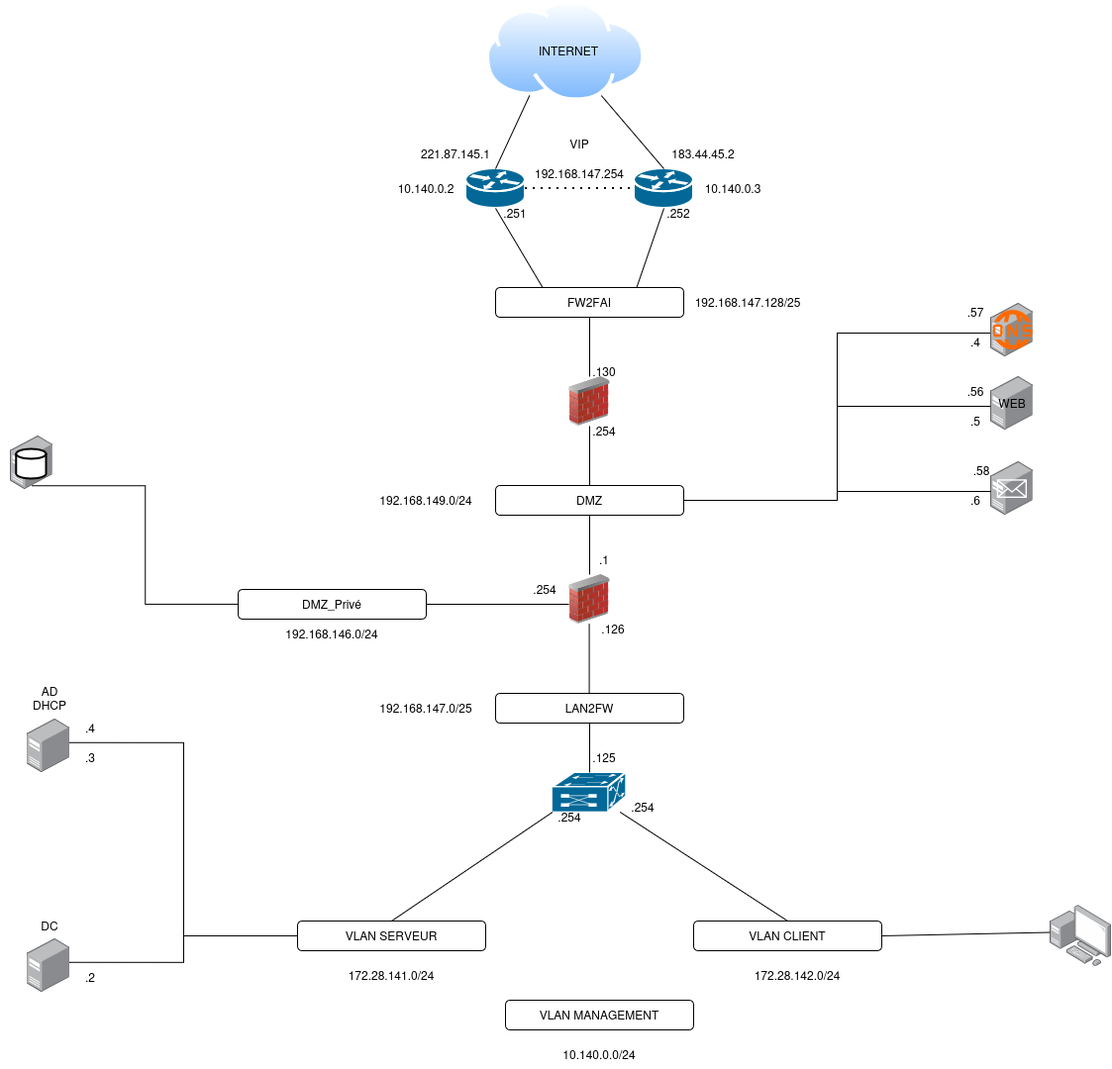
Before: docs/assets/schema_logique.png, a diagram exported from draw.io (MLBOff/Orleans-2027). Source tidied: cells renumbered, new cells last; positions are measured from the earlier drawing's top-left corner, leaving out a move shared by most shapes.
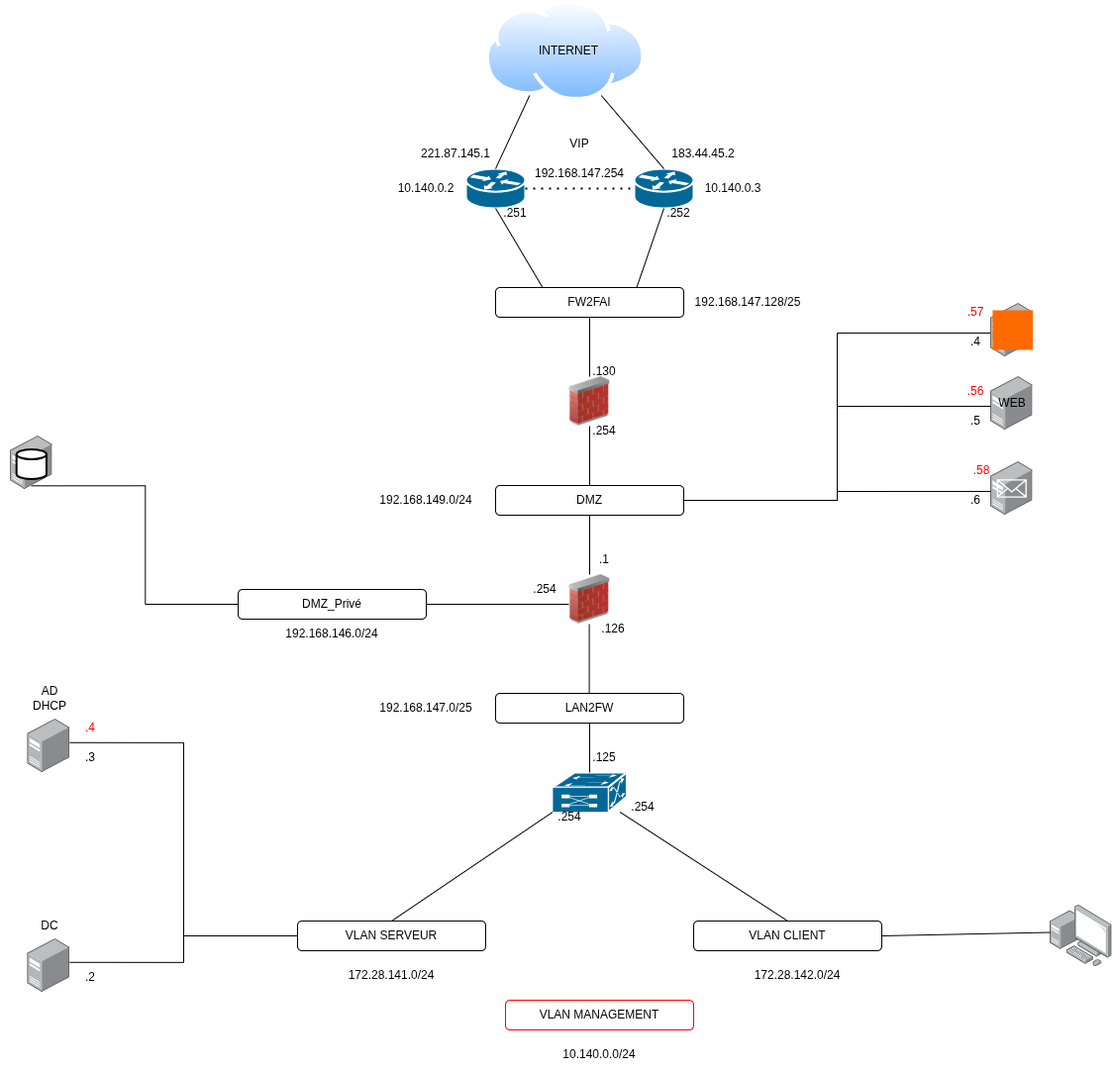
The same file after the commit.

Commit message:
modification schema logique, couleur mana

What changed in the source:
```diff
@@ -203,7 +203,7 @@
     <mxCell id="66" style="image;html=1;align=center;shadow=0;dashed=0;image=img/lib/allied_telesis/computer_and_terminals/Server_Desktop.svg;points=[[0.5,0.062,0],[0.5,0.932,0],[0,0.555,0],[1,0.44,0],[1,0.16,0],[0.996,0.725,0],[0.004,0.84,0],[0.004,0.27,0]];labelPerimeter=1;" parent="1" vertex="1">
       <mxGeometry x="27.4" y="726" width="42.6" height="54" as="geometry" />
     </mxCell>
-    <mxCell id="67" value="VLAN MANAGEMENT" style="rounded=1;whiteSpace=wrap;html=1;strokeColor=light-dark(#000000,#FF0000);" parent="1" vertex="1">
+    <mxCell id="67" value="VLAN MANAGEMENT" style="rounded=1;whiteSpace=wrap;html=1;strokeColor=#FF0000;" parent="1" vertex="1">
       <mxGeometry x="510" y="1010" width="190" height="30" as="geometry" />
     </mxCell>
     <mxCell id="68" value="&lt;div&gt;10.140.0.0/24&lt;/div&gt;" style="text;html=1;whiteSpace=wrap;strokeColor=none;fillColor=none;align=center;verticalAlign=middle;rounded=0;" parent="1" vertex="1">
@@ -221,16 +221,16 @@
     <mxCell id="72" value="&lt;div&gt;DC&lt;/div&gt;" style="text;html=1;whiteSpace=wrap;strokeColor=none;fillColor=none;align=center;verticalAlign=middle;rounded=0;" parent="1" vertex="1">
       <mxGeometry y="920" width="100" height="30" as="geometry" />
     </mxCell>
-    <mxCell id="73" value=".57" style="text;html=1;whiteSpace=wrap;strokeColor=none;fillColor=none;align=center;verticalAlign=middle;rounded=0;fontColor=light-dark(#000000,#FF0000);" parent="1" vertex="1">
+    <mxCell id="73" value="&lt;font color=&quot;#ff0000&quot;&gt;.57&lt;/font&gt;" style="text;html=1;whiteSpace=wrap;strokeColor=none;fillColor=none;align=center;verticalAlign=middle;rounded=0;fontColor=light-dark(#000000,#FF0000);" parent="1" vertex="1">
       <mxGeometry x="940" y="300" width="90" height="30" as="geometry" />
     </mxCell>
-    <mxCell id="74" value=".56" style="text;html=1;whiteSpace=wrap;strokeColor=none;fillColor=none;align=center;verticalAlign=middle;rounded=0;fontColor=light-dark(#000000,#FF0000);" parent="1" vertex="1">
+    <mxCell id="74" value="&lt;font color=&quot;#ff0000&quot;&gt;.56&lt;/font&gt;" style="text;html=1;whiteSpace=wrap;strokeColor=none;fillColor=none;align=center;verticalAlign=middle;rounded=0;fontColor=light-dark(#000000,#FF0000);" parent="1" vertex="1">
       <mxGeometry x="940" y="380" width="90" height="30" as="geometry" />
     </mxCell>
-    <mxCell id="75" value=".58" style="text;html=1;whiteSpace=wrap;strokeColor=none;fillColor=none;align=center;verticalAlign=middle;rounded=0;fontColor=light-dark(#000000,#FF0000);" parent="1" vertex="1">
+    <mxCell id="75" value="&lt;font color=&quot;#ff0000&quot;&gt;.58&lt;/font&gt;" style="text;html=1;whiteSpace=wrap;strokeColor=none;fillColor=none;align=center;verticalAlign=middle;rounded=0;fontColor=light-dark(#000000,#FF0000);" parent="1" vertex="1">
       <mxGeometry x="946.4" y="460" width="90" height="30" as="geometry" />
     </mxCell>
-    <mxCell id="76" value=".4" style="text;html=1;whiteSpace=wrap;strokeColor=none;fillColor=none;align=center;verticalAlign=middle;rounded=0;fontColor=light-dark(#000000,#FF3333);" parent="1" vertex="1">
+    <mxCell id="76" value="&lt;font color=&quot;#ff0000&quot;&gt;.4&lt;/font&gt;" style="text;html=1;whiteSpace=wrap;strokeColor=none;fillColor=none;align=center;verticalAlign=middle;rounded=0;fontColor=light-dark(#000000,#FF3333);" parent="1" vertex="1">
       <mxGeometry x="46.4" y="720" width="90" height="30" as="geometry" />
     </mxCell>
     <mxCell id="77" value=".3" style="text;html=1;whiteSpace=wrap;strokeColor=none;fillColor=none;align=center;verticalAlign=middle;rounded=0;" parent="1" vertex="1">
```
